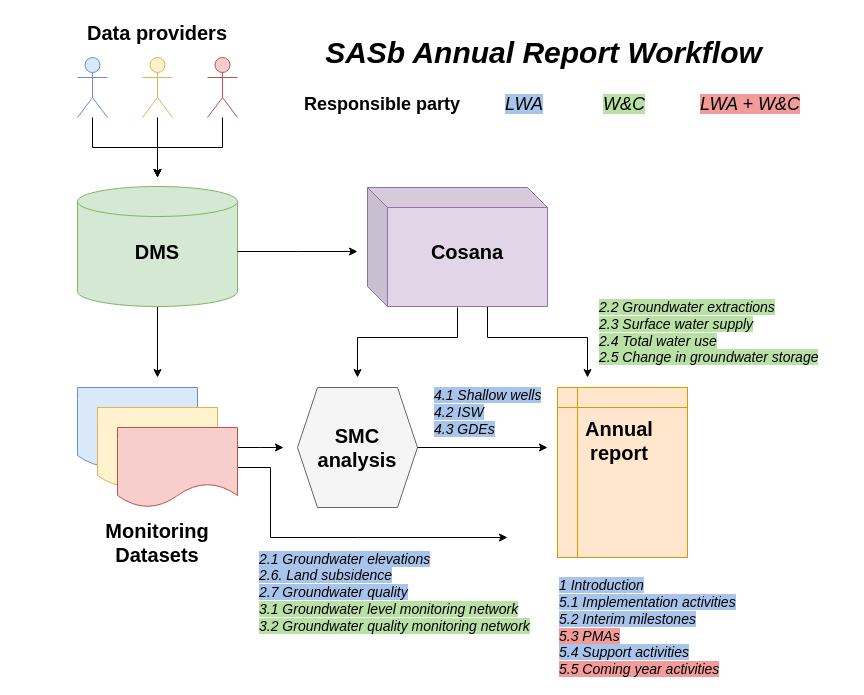
The draw.io diagram sasb_annual_report.drawio in richpauloo/drawio, before the edit. Source tidied: cells renumbered, new cells numbered last; positions are measured from the earlier drawing's top-left corner, leaving out a move shared by most shapes. Both pictures are drawn from the tidied source at 100%, with x=0, y=0 at pixel (17, 17).
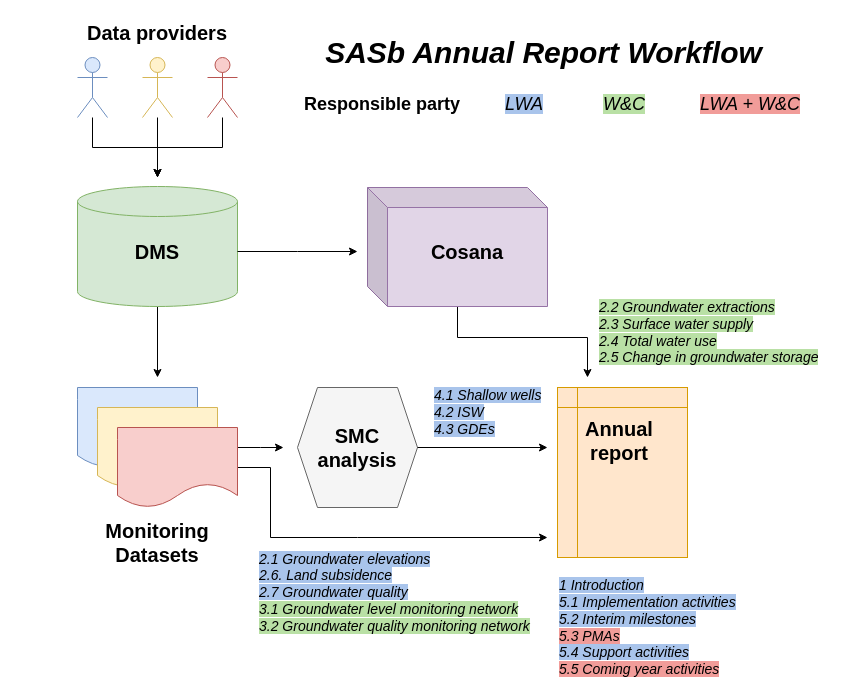
The same diagram, later.

Unchanged cells that the change refers to:
```xml
<mxCell id="17" style="shape=document;whiteSpace=wrap;html=1;boundedLbl=1;fontSize=20;fillColor=#f8cecc;strokeColor=#b85450;" parent="1" vertex="1">
  <mxGeometry x="100" y="410" width="120" height="80" as="geometry" />
</mxCell>
<mxCell id="20" style="shape=cube;whiteSpace=wrap;html=1;boundedLbl=1;backgroundOutline=1;darkOpacity=0.05;darkOpacity2=0.1;fontSize=20;fillColor=#e1d5e7;strokeColor=#9673a6;" parent="1" vertex="1">
  <mxGeometry x="350" y="170" width="180" height="119" as="geometry" />
</mxCell>
```

The edit, as a diff of the source:
```diff
@@
     <mxCell id="16" style="edgeStyle=orthogonalEdgeStyle;rounded=0;jettySize=auto;html=1;fontSize=14;" parent="1" edge="1" source="17">
       <mxGeometry relative="1" as="geometry">
-        <mxPoint x="490" y="520" as="targetPoint" />
+        <mxPoint x="530" y="520" as="targetPoint" />
         <Array as="points">
           <mxPoint x="253" y="450" />
           <mxPoint x="253" y="520" />
           <mxPoint x="340" y="520" />
         </Array>
       </mxGeometry>
     </mxCell>
@@
     <mxCell id="19" style="edgeStyle=orthogonalEdgeStyle;rounded=0;jettySize=auto;html=1;fontSize=20;" parent="1" edge="1" source="20">
       <mxGeometry relative="1" as="geometry">
         <mxPoint x="570" y="360" as="targetPoint" />
         <Array as="points">
-          <mxPoint x="470" y="320" />
+          <mxPoint x="440" y="320" />
           <mxPoint x="570" y="320" />
-          <mxPoint x="570" y="360" />
         </Array>
       </mxGeometry>
     </mxCell>
@@
-    <mxCell id="21" style="edgeStyle=orthogonalEdgeStyle;rounded=0;orthogonalLoop=1;jettySize=auto;html=1;fontSize=20;" parent="1" edge="1">
-      <mxGeometry relative="1" as="geometry">
-        <mxPoint x="440" y="290" as="sourcePoint" />
-        <mxPoint x="340" y="360" as="targetPoint" />
-        <Array as="points">
-          <mxPoint x="440" y="290" />
-          <mxPoint x="440" y="320" />
-          <mxPoint x="340" y="320" />
-        </Array>
-      </mxGeometry>
-    </mxCell>
```
